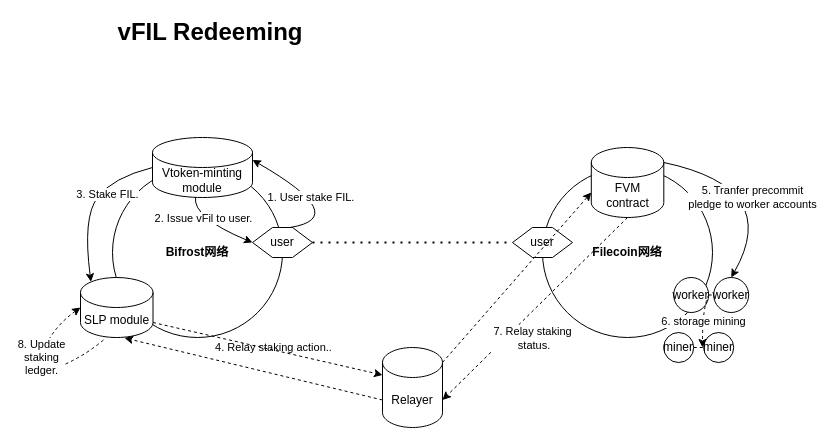
This is vfil-redeeming.drawio from herryho/flowchars, a draw.io file, before an edit. Source tidied: cells renumbered, new cells numbered last; positions are measured from the earlier drawing's top-left corner, leaving out a move shared by most shapes. Both pictures are drawn from the tidied source at 100%, with x=0, y=0 at pixel (32, 17).
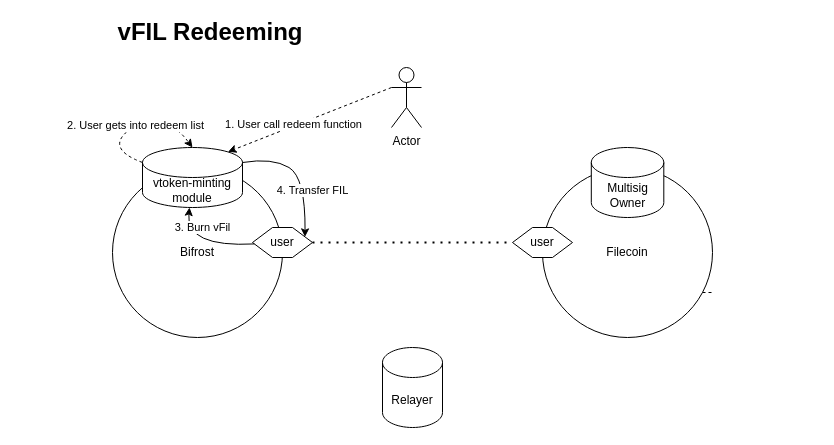
After the change.

The change refers to these unchanged cells:
```xml
<mxCell id="4" value="user" style="shape=hexagon;perimeter=hexagonPerimeter2;whiteSpace=wrap;html=1;fixedSize=1;" parent="1" vertex="1">
  <mxGeometry x="220" y="210" width="60" height="30" as="geometry" />
</mxCell>
<mxCell id="10" value="Relayer" style="shape=cylinder3;whiteSpace=wrap;html=1;boundedLbl=1;backgroundOutline=1;size=15;" parent="1" vertex="1">
  <mxGeometry x="350" y="330" width="60" height="80" as="geometry" />
</mxCell>
```

What changed in the source:
```diff
@@
-    <mxCell id="2" value="&lt;b&gt;Bifrost网络&lt;/b&gt;" style="ellipse;whiteSpace=wrap;html=1;" parent="1" vertex="1">
-      <mxGeometry x="80" y="150" width="170" height="170" as="geometry" />
-    </mxCell>
-    <mxCell id="3" value="&lt;b&gt;Filecoin网络&lt;/b&gt;" style="ellipse;whiteSpace=wrap;html=1;" parent="1" vertex="1">
-      <mxGeometry x="510" y="150" width="170" height="170" as="geometry" />
-    </mxCell>
+    <mxCell id="17" value="vFIL Redeeming" style="text;html=1;strokeColor=none;fillColor=none;align=center;verticalAlign=middle;whiteSpace=wrap;rounded=0;fontStyle=1;fontSize=24;" parent="1" vertex="1">
+      <mxGeometry x="48" width="260" height="30" as="geometry" />
+    </mxCell>
+    <mxCell id="36" value="Bifrost" style="ellipse;whiteSpace=wrap;html=1;" parent="1" vertex="1">
+      <mxGeometry x="80" y="150" width="170" height="170" as="geometry" />
+    </mxCell>
+    <mxCell id="37" value="Filecoin" style="ellipse;whiteSpace=wrap;html=1;" parent="1" vertex="1">
+      <mxGeometry x="510" y="150" width="170" height="170" as="geometry" />
+    </mxCell>
@@
-    <mxCell id="7" value="FVM contract" style="shape=cylinder3;whiteSpace=wrap;html=1;boundedLbl=1;backgroundOutline=1;size=15;" parent="1" vertex="1">
-      <mxGeometry x="558.8" y="130" width="72.5" height="70" as="geometry" />
-    </mxCell>
-    <mxCell id="8" value="worker" style="ellipse;whiteSpace=wrap;html=1;" parent="1" vertex="1">
-      <mxGeometry x="641.2" y="260" width="35" height="35" as="geometry" />
-    </mxCell>
-    <mxCell id="9" value="SLP module" style="shape=cylinder3;whiteSpace=wrap;html=1;boundedLbl=1;backgroundOutline=1;size=15;" parent="1" vertex="1">
-      <mxGeometry x="48" y="260" width="72.5" height="60" as="geometry" />
-    </mxCell>
+    <mxCell id="38" value="Multisig&lt;br&gt;Owner" style="shape=cylinder3;whiteSpace=wrap;html=1;boundedLbl=1;backgroundOutline=1;size=15;" parent="1" vertex="1">
+      <mxGeometry x="558.8" y="130" width="72.5" height="70" as="geometry" />
+    </mxCell>
+    <mxCell id="39" value="vtoken-minting module" style="shape=cylinder3;whiteSpace=wrap;html=1;boundedLbl=1;backgroundOutline=1;size=15;" parent="1" vertex="1">
+      <mxGeometry x="110" y="130" width="100" height="60" as="geometry" />
+    </mxCell>
+    <mxCell id="40" value="4. Transfer FIL" style="curved=1;endArrow=classic;html=1;rounded=0;exitX=1;exitY=0;exitDx=0;exitDy=15;exitPerimeter=0;entryX=1;entryY=0.25;entryDx=0;entryDy=0;" parent="1" edge="1" source="39" target="4">
+      <mxGeometry x="0.28" y="7" relative="1" as="geometry">
+        <Array as="points">
+          <mxPoint x="240" y="140" />
+          <mxPoint x="273" y="160" />
+        </Array>
+      </mxGeometry>
+    </mxCell>
@@
-    <mxCell id="11" value="miner" style="ellipse;whiteSpace=wrap;html=1;" parent="1" vertex="1">
-      <mxGeometry x="631.2" y="315" width="30" height="30" as="geometry" />
-    </mxCell>
-    <mxCell id="12" value="miner" style="ellipse;whiteSpace=wrap;html=1;" parent="1" vertex="1">
-      <mxGeometry x="671.2" y="315" width="30" height="30" as="geometry" />
-    </mxCell>
-    <mxCell id="13" style="endArrow=none;dashed=1;html=1;rounded=0;exitX=1;exitY=0.5;exitDx=0;exitDy=0;" parent="1" edge="1" source="11">
-      <mxGeometry relative="1" as="geometry">
-        <mxPoint x="671.2" y="330" as="targetPoint" />
-      </mxGeometry>
-    </mxCell>
-    <mxCell id="14" style="endArrow=classic;html=1;rounded=0;dashed=1;entryX=0;entryY=0;entryDx=0;entryDy=45;entryPerimeter=0;exitX=1;exitY=0;exitDx=0;exitDy=15;exitPerimeter=0;" parent="1" edge="1" source="10" target="7">
-      <mxGeometry relative="1" as="geometry" />
-    </mxCell>
-    <mxCell id="15" value="4. Relay staking action.." style="edgeLabel;html=1;align=center;verticalAlign=middle;" parent="14" vertex="1">
-      <mxGeometry x="0.15" y="-1" relative="1" as="geometry">
-        <mxPoint x="-256" y="82" as="offset" />
-      </mxGeometry>
-    </mxCell>
-    <mxCell id="16" style="endArrow=classic;html=1;rounded=0;dashed=1;entryX=0;entryY=0;entryDx=0;entryDy=27.5;entryPerimeter=0;exitX=1;exitY=1;exitDx=0;exitDy=-15;exitPerimeter=0;" parent="1" edge="1" source="9" target="10">
-      <mxGeometry relative="1" as="geometry" />
-    </mxCell>
-    <mxCell id="17" value="vFIL Redeeming" style="text;html=1;strokeColor=none;fillColor=none;align=center;verticalAlign=middle;whiteSpace=wrap;rounded=0;fontStyle=1;fontSize=24;" parent="1" vertex="1">
-      <mxGeometry x="48" width="260" height="30" as="geometry" />
-    </mxCell>
-    <mxCell id="18" value="worker" style="ellipse;whiteSpace=wrap;html=1;" parent="1" vertex="1">
-      <mxGeometry x="681.2" y="260" width="35" height="35" as="geometry" />
-    </mxCell>
-    <mxCell id="19" style="endArrow=none;dashed=1;html=1;rounded=0;exitX=1;exitY=0.5;exitDx=0;exitDy=0;entryX=0;entryY=0.5;entryDx=0;entryDy=0;" parent="1" edge="1" source="8" target="18">
-      <mxGeometry relative="1" as="geometry" />
-    </mxCell>
-    <mxCell id="20" value="Vtoken-minting module" style="shape=cylinder3;whiteSpace=wrap;html=1;boundedLbl=1;backgroundOutline=1;size=15;" parent="1" vertex="1">
-      <mxGeometry x="120" y="120" width="100" height="60" as="geometry" />
-    </mxCell>
-    <mxCell id="21" style="curved=1;endArrow=classic;html=1;rounded=0;entryX=1;entryY=0;entryDx=0;entryDy=22.5;entryPerimeter=0;exitX=0.625;exitY=0;exitDx=0;exitDy=0;" parent="1" edge="1" source="4" target="20">
-      <mxGeometry relative="1" as="geometry">
-        <Array as="points">
-          <mxPoint x="320" y="200" />
-        </Array>
-      </mxGeometry>
-    </mxCell>
-    <mxCell id="22" value="1. User stake FIL.&amp;nbsp;" style="edgeLabel;html=1;align=center;verticalAlign=middle;" parent="21" vertex="1">
-      <mxGeometry x="0.65" y="3" relative="1" as="geometry">
-        <mxPoint x="34" y="19" as="offset" />
-      </mxGeometry>
-    </mxCell>
-    <mxCell id="23" style="curved=1;endArrow=classic;html=1;rounded=0;exitX=0.43;exitY=0.992;exitDx=0;exitDy=0;exitPerimeter=0;entryX=0;entryY=0.5;entryDx=0;entryDy=0;" parent="1" edge="1" source="20" target="4">
-      <mxGeometry relative="1" as="geometry">
-        <Array as="points">
-          <mxPoint x="160" y="200" />
-        </Array>
-      </mxGeometry>
-    </mxCell>
-    <mxCell id="24" value="2. Issue vFil to user." style="edgeLabel;html=1;align=center;verticalAlign=middle;" parent="23" vertex="1">
-      <mxGeometry x="-0.35" y="7" relative="1" as="geometry">
-        <mxPoint x="1" y="4" as="offset" />
-      </mxGeometry>
-    </mxCell>
-    <mxCell id="25" style="curved=1;endArrow=classic;html=1;rounded=0;exitX=0;exitY=0.5;exitDx=0;exitDy=0;exitPerimeter=0;entryX=0.145;entryY=0;entryDx=0;entryDy=4.35;entryPerimeter=0;" parent="1" edge="1" source="20" target="9">
-      <mxGeometry relative="1" as="geometry">
-        <Array as="points">
-          <mxPoint x="80" y="160" />
-          <mxPoint x="50" y="200" />
-        </Array>
-      </mxGeometry>
-    </mxCell>
-    <mxCell id="26" value="3. Stake FIL." style="edgeLabel;html=1;align=center;verticalAlign=middle;" parent="25" vertex="1">
-      <mxGeometry x="-0.26" y="6" relative="1" as="geometry">
-        <mxPoint y="-1" as="offset" />
-      </mxGeometry>
-    </mxCell>
-    <mxCell id="27" style="curved=1;endArrow=classic;html=1;rounded=0;exitX=1;exitY=0;exitDx=0;exitDy=15;exitPerimeter=0;entryX=0.5;entryY=0;entryDx=0;entryDy=0;" parent="1" edge="1" source="7" target="18">
-      <mxGeometry relative="1" as="geometry">
-        <Array as="points">
-          <mxPoint x="750" y="170" />
-        </Array>
-      </mxGeometry>
-    </mxCell>
-    <mxCell id="28" value="5. Tranfer precommit&lt;br&gt;pledge to worker accounts" style="edgeLabel;html=1;align=center;verticalAlign=middle;" parent="27" vertex="1">
-      <mxGeometry x="-0.31" y="-18" relative="1" as="geometry">
-        <mxPoint x="16" y="1" as="offset" />
-      </mxGeometry>
-    </mxCell>
-    <mxCell id="29" style="curved=1;endArrow=classic;html=1;rounded=0;exitX=1;exitY=0.5;exitDx=0;exitDy=0;dashed=1;" parent="1" edge="1" source="8">
-      <mxGeometry relative="1" as="geometry">
-        <mxPoint x="670" y="330" as="targetPoint" />
-        <Array as="points">
-          <mxPoint x="670" y="290" />
-        </Array>
-      </mxGeometry>
-    </mxCell>
-    <mxCell id="30" value="6. storage mining" style="edgeLabel;html=1;align=center;verticalAlign=middle;" parent="29" vertex="1">
-      <mxGeometry relative="1" as="geometry" />
-    </mxCell>
-    <mxCell id="31" style="endArrow=classic;html=1;rounded=0;dashed=1;exitX=0.5;exitY=1;exitDx=0;exitDy=0;exitPerimeter=0;entryX=1;entryY=0;entryDx=0;entryDy=52.5;entryPerimeter=0;" parent="1" edge="1" source="7" target="10">
-      <mxGeometry relative="1" as="geometry" />
-    </mxCell>
-    <mxCell id="32" value="7. Relay staking&lt;br&gt;&amp;nbsp;status." style="edgeLabel;html=1;align=center;verticalAlign=middle;" parent="31" vertex="1">
-      <mxGeometry x="0.01" y="3" relative="1" as="geometry">
-        <mxPoint x="-4" y="26" as="offset" />
-      </mxGeometry>
-    </mxCell>
-    <mxCell id="33" style="endArrow=classic;html=1;rounded=0;dashed=1;exitX=0;exitY=0;exitDx=0;exitDy=52.5;exitPerimeter=0;entryX=0.607;entryY=1.008;entryDx=0;entryDy=0;entryPerimeter=0;" parent="1" edge="1" source="10" target="9">
-      <mxGeometry relative="1" as="geometry" />
-    </mxCell>
-    <mxCell id="34" style="curved=1;endArrow=classic;html=1;rounded=0;dashed=1;entryX=0;entryY=0.5;entryDx=0;entryDy=0;entryPerimeter=0;exitX=0.317;exitY=1.042;exitDx=0;exitDy=0;exitPerimeter=0;" parent="1" edge="1" source="9" target="9">
-      <mxGeometry relative="1" as="geometry">
-        <Array as="points">
-          <mxPoint x="50" y="340" />
-          <mxPoint y="360" />
-          <mxPoint x="20" y="310" />
-        </Array>
-      </mxGeometry>
-    </mxCell>
-    <mxCell id="35" value="8. Update&lt;br&gt;staking&lt;br&gt;ledger." style="edgeLabel;html=1;align=center;verticalAlign=middle;" parent="34" vertex="1">
-      <mxGeometry x="0.1" y="-5" relative="1" as="geometry">
-        <mxPoint x="-1" y="-11" as="offset" />
-      </mxGeometry>
-    </mxCell>
+    <mxCell id="41" style="endArrow=none;dashed=1;html=1;rounded=0;exitX=1;exitY=0.5;exitDx=0;exitDy=0;" parent="1" edge="1">
+      <mxGeometry relative="1" as="geometry">
+        <mxPoint x="670" y="275" as="sourcePoint" />
+        <mxPoint x="680" y="275" as="targetPoint" />
+      </mxGeometry>
+    </mxCell>
+    <mxCell id="42" value="Actor" style="shape=umlActor;verticalLabelPosition=bottom;verticalAlign=top;html=1;outlineConnect=0;" parent="1" vertex="1">
+      <mxGeometry x="359" y="50" width="30" height="60" as="geometry" />
+    </mxCell>
+    <mxCell id="43" style="endArrow=classic;html=1;rounded=0;exitX=0;exitY=0.3333333333333333;exitDx=0;exitDy=0;exitPerimeter=0;entryX=0.855;entryY=0;entryDx=0;entryDy=4.35;entryPerimeter=0;dashed=1;" parent="1" edge="1" source="42" target="39">
+      <mxGeometry relative="1" as="geometry" />
+    </mxCell>
+    <mxCell id="44" value="1. User call redeem function" style="edgeLabel;html=1;align=center;verticalAlign=middle;" parent="43" vertex="1">
+      <mxGeometry x="0.2" y="-2" relative="1" as="geometry" />
+    </mxCell>
+    <mxCell id="45" value="3. Burn vFil" style="curved=1;endArrow=classic;html=1;rounded=0;" parent="1" edge="1" source="4" target="39">
+      <mxGeometry x="0.66" y="-15" relative="1" as="geometry">
+        <Array as="points">
+          <mxPoint x="153" y="230" />
+        </Array>
+      </mxGeometry>
+    </mxCell>
+    <mxCell id="46" value="2. User gets into redeem list" style="curved=1;endArrow=classic;html=1;rounded=0;exitX=0;exitY=0;exitDx=0;exitDy=15;exitPerimeter=0;entryX=0.5;entryY=0;entryDx=0;entryDy=0;entryPerimeter=0;dashed=1;" parent="1" edge="1" source="39" target="39">
+      <mxGeometry relative="1" as="geometry">
+        <Array as="points">
+          <mxPoint x="70" y="130" />
+          <mxPoint x="130" y="90" />
+        </Array>
+      </mxGeometry>
+    </mxCell>
```
